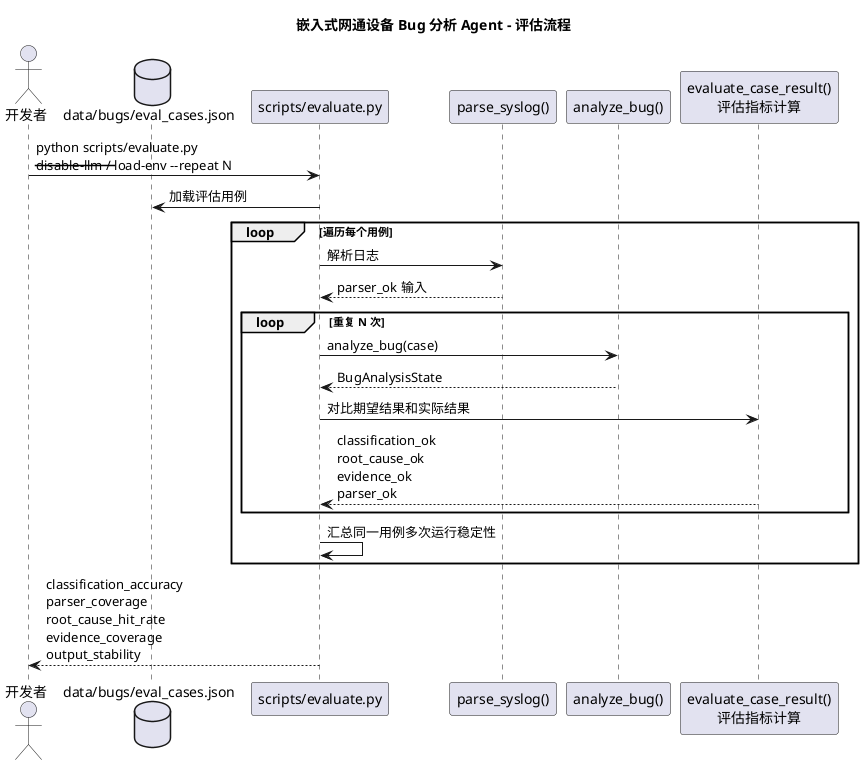
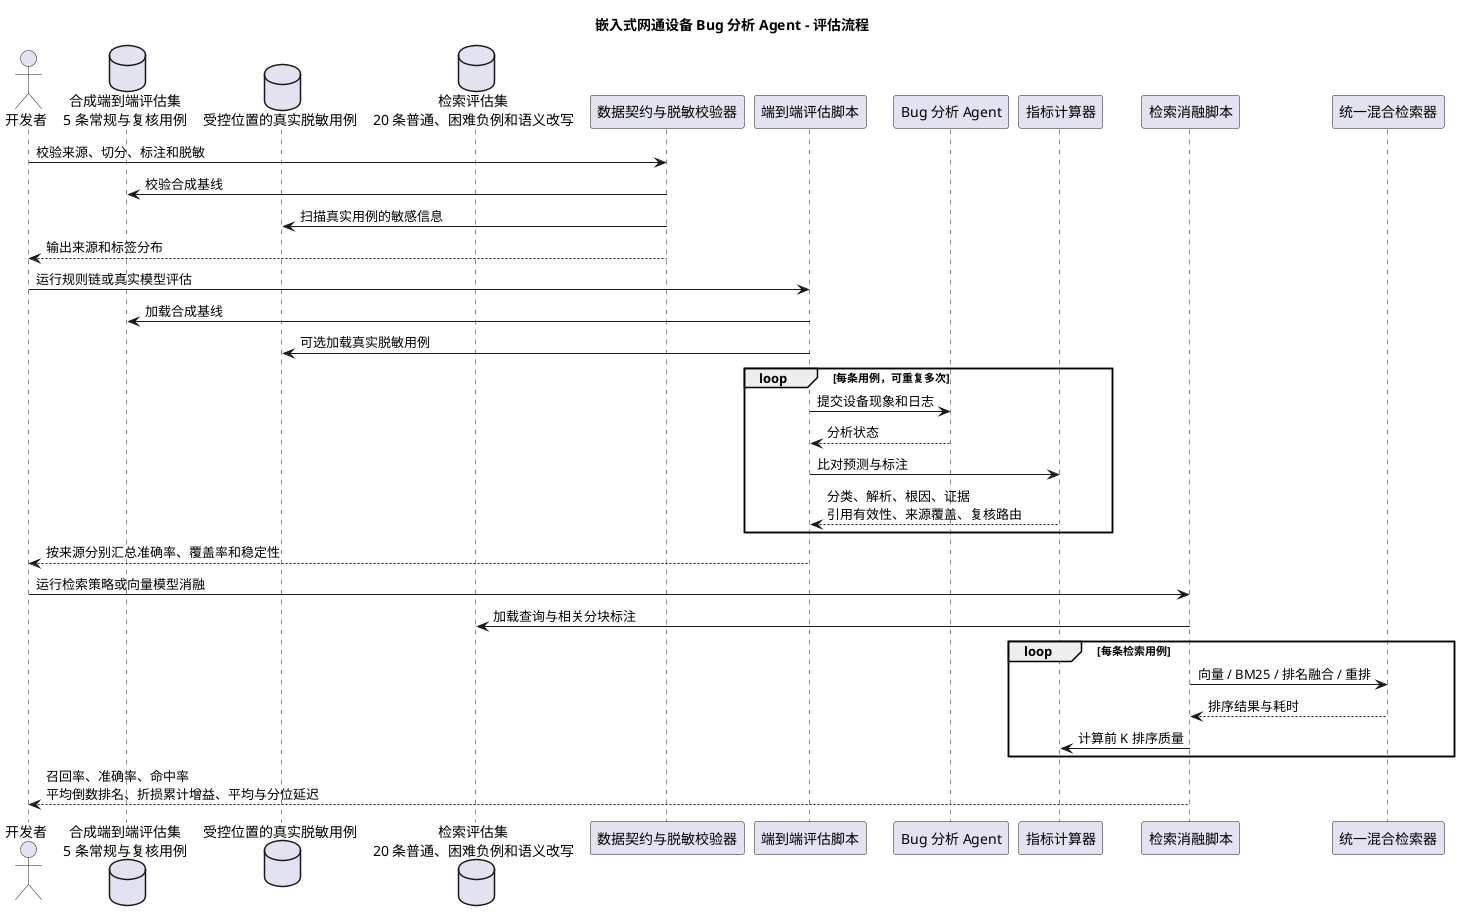
@startuml
title 嵌入式网通设备 Bug 分析 Agent - 评估流程

skinparam shadowing false

actor "开发者" as Dev
- database "data/bugs/eval_cases.json" as Cases
- participant "scripts/evaluate.py" as Eval
- participant "parse_syslog()" as Parser
- participant "analyze_bug()" as Agent
- participant "evaluate_case_result()\n评估指标计算" as Metrics
+ database "合成端到端评估集\n5 条常规与复核用例" as Cases
+ database "受控位置的真实脱敏用例" as RealCases
+ database "检索评估集\n20 条普通、困难负例和语义改写" as RagCases
+ participant "数据契约与脱敏校验器" as Validator
+ participant "端到端评估脚本" as Eval
+ participant "Bug 分析 Agent" as Agent
+ participant "指标计算器" as Metrics
+ participant "检索消融脚本" as RagEval
+ participant "统一混合检索器" as Retriever

- Dev -> Eval : python scripts/evaluate.py\n--disable-llm / --load-env --repeat N
- Eval -> Cases : 加载评估用例
+ Dev -> Validator : 校验来源、切分、标注和脱敏
+ Validator -> Cases : 校验合成基线
+ Validator -> RealCases : 扫描真实用例的敏感信息
+ Validator --> Dev : 输出来源和标签分布

- loop 遍历每个用例
-   Eval -> Parser : 解析日志
-   Parser --> Eval : parser_ok 输入
+ Dev -> Eval : 运行规则链或真实模型评估
+ Eval -> Cases : 加载合成基线
+ Eval -> RealCases : 可选加载真实脱敏用例
+ loop 每条用例，可重复多次
+   Eval -> Agent : 提交设备现象和日志
+   Agent --> Eval : 分析状态
+   Eval -> Metrics : 比对预测与标注
+   Metrics --> Eval : 分类、解析、根因、证据\n引用有效性、来源覆盖、复核路由
+ end
+ Eval --> Dev : 按来源分别汇总准确率、覆盖率和稳定性

-   loop 重复 N 次
-     Eval -> Agent : analyze_bug(case)
-     Agent --> Eval : BugAnalysisState
-     Eval -> Metrics : 对比期望结果和实际结果
-     Metrics --> Eval : classification_ok\nroot_cause_ok\nevidence_ok\nparser_ok
-   end
- 
-   Eval -> Eval : 汇总同一用例多次运行稳定性
+ Dev -> RagEval : 运行检索策略或向量模型消融
+ RagEval -> RagCases : 加载查询与相关分块标注
+ loop 每条检索用例
+   RagEval -> Retriever : 向量 / BM25 / 排名融合 / 重排
+   Retriever --> RagEval : 排序结果与耗时
+   RagEval -> Metrics : 计算前 K 排序质量
end
- 
- Eval --> Dev : classification_accuracy\nparser_coverage\nroot_cause_hit_rate\nevidence_coverage\noutput_stability
- 
+ RagEval --> Dev : 召回率、准确率、命中率\n平均倒数排名、折损累计增益、平均与分位延迟
@enduml
